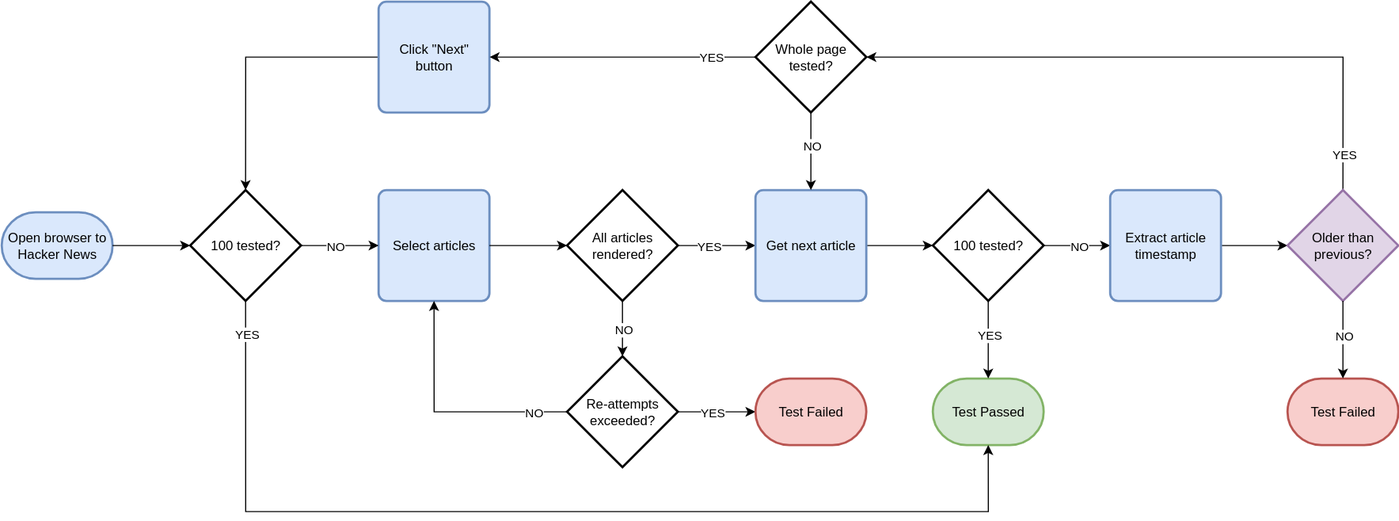
Before: demo.drawio.svg, a diagram exported from draw.io (nick-esqueda/draw.io-diagrams). Source tidied: cells renumbered, new cells last; positions are measured from the earlier drawing's top-left corner, leaving out a move shared by most shapes.
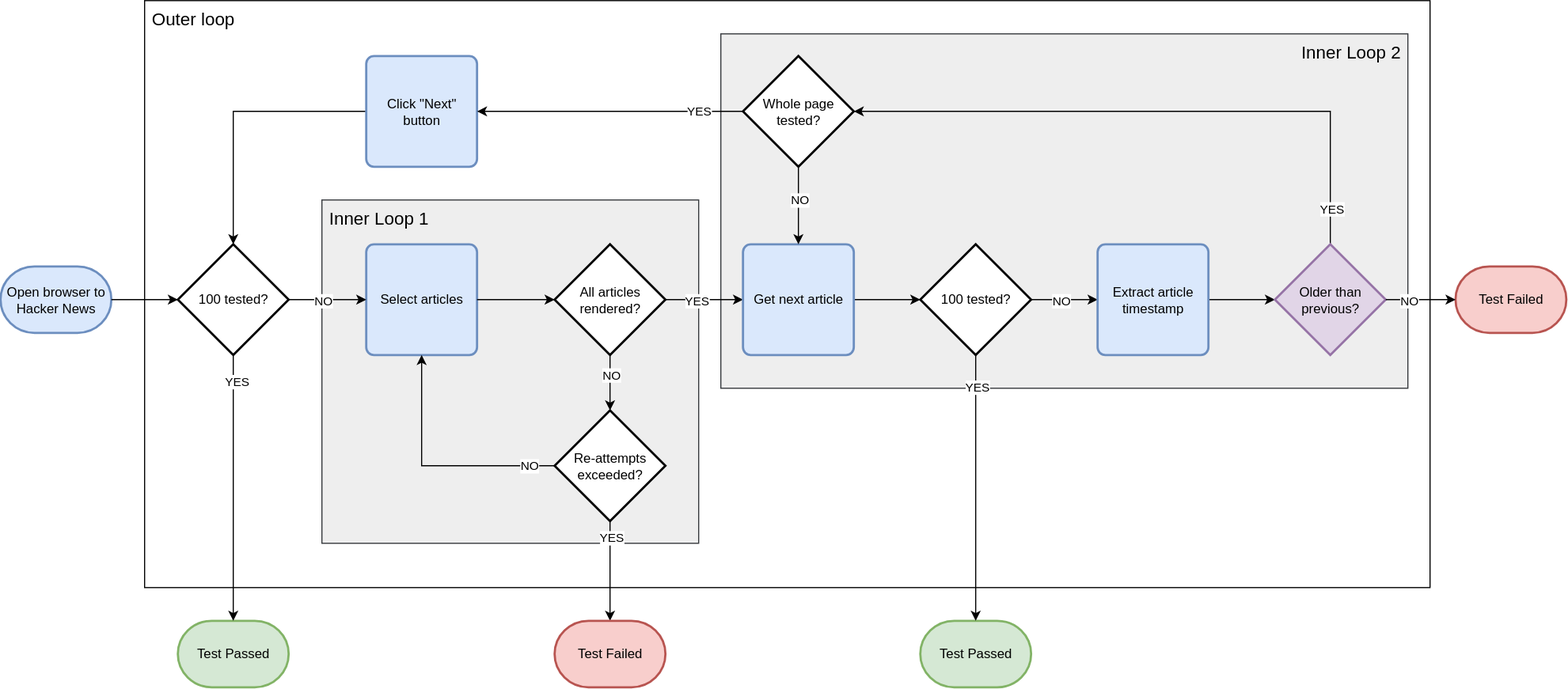
After the change.

What changed in the source:
```diff
@@ -2,6 +2,15 @@
   <root>
     <mxCell id="0" />
     <mxCell id="1" parent="0" />
+    <mxCell id="44" value="&amp;nbsp;Outer loop" style="whiteSpace=wrap;html=1;verticalAlign=top;align=left;fontSize=16;" parent="1" vertex="1">
+      <mxGeometry x="140" y="-50" width="1160" height="530" as="geometry" />
+    </mxCell>
+    <mxCell id="45" value="&amp;nbsp;Inner Loop 1" style="whiteSpace=wrap;html=1;verticalAlign=top;align=left;fontSize=16;fillColor=#eeeeee;strokeColor=#36393d;" parent="1" vertex="1">
+      <mxGeometry x="300" y="130" width="340" height="310" as="geometry" />
+    </mxCell>
+    <mxCell id="46" value="Inner Loop 2&amp;nbsp;" style="whiteSpace=wrap;html=1;verticalAlign=top;align=right;fontSize=16;fillColor=#eeeeee;strokeColor=#36393d;" parent="1" vertex="1">
+      <mxGeometry x="660" y="-20" width="620" height="320" as="geometry" />
+    </mxCell>
     <mxCell id="2" value="Select articles" style="rounded=1;whiteSpace=wrap;html=1;absoluteArcSize=1;arcSize=14;strokeWidth=2;fillColor=#dae8fc;strokeColor=#6c8ebf;" parent="1" vertex="1">
       <mxGeometry x="340" y="170" width="100" height="100" as="geometry" />
     </mxCell>
@@ -10,7 +19,7 @@
     </mxCell>
     <mxCell id="4" value="NO" style="edgeLabel;html=1;align=center;verticalAlign=middle;" parent="3" vertex="1">
       <mxGeometry x="-0.32" relative="1" as="geometry">
-        <mxPoint y="9" as="offset" />
+        <mxPoint y="1" as="offset" />
       </mxGeometry>
     </mxCell>
     <mxCell id="5" style="edgeStyle=orthogonalEdgeStyle;rounded=0;jettySize=auto;html=1;" parent="1" edge="1" source="7" target="23">
@@ -27,7 +36,7 @@
     </mxCell>
     <mxCell id="9" value="NO" style="edgeLabel;html=1;align=center;verticalAlign=middle;" parent="8" vertex="1">
       <mxGeometry x="-0.81" y="1" relative="1" as="geometry">
-        <mxPoint x="-9" y="-1" as="offset" />
+        <mxPoint x="-2" y="-2" as="offset" />
       </mxGeometry>
     </mxCell>
     <mxCell id="10" style="edgeStyle=orthogonalEdgeStyle;rounded=0;jettySize=auto;html=1;" parent="1" edge="1" source="12" target="39">
@@ -35,7 +44,7 @@
     </mxCell>
     <mxCell id="11" value="YES" style="edgeLabel;html=1;align=center;verticalAlign=middle;" parent="10" vertex="1">
       <mxGeometry x="-0.37" y="-3" relative="1" as="geometry">
-        <mxPoint x="8" y="-3" as="offset" />
+        <mxPoint x="3" y="-15" as="offset" />
       </mxGeometry>
     </mxCell>
     <mxCell id="12" value="Re-attempts exceeded?" style="strokeWidth=2;html=1;shape=mxgraph.flowchart.decision;whiteSpace=wrap;" parent="1" vertex="1">
@@ -49,7 +58,7 @@
     </mxCell>
     <mxCell id="15" value="&lt;div&gt;NO&lt;/div&gt;" style="edgeLabel;html=1;align=center;verticalAlign=middle;" parent="14" vertex="1">
       <mxGeometry x="-0.29" relative="1" as="geometry">
-        <mxPoint x="9" as="offset" />
+        <mxPoint x="4" as="offset" />
       </mxGeometry>
     </mxCell>
     <mxCell id="16" value="100 tested?" style="strokeWidth=2;html=1;shape=mxgraph.flowchart.decision;whiteSpace=wrap;" parent="1" vertex="1">
@@ -62,7 +71,7 @@
       <mxGeometry x="1000" y="170" width="100" height="100" as="geometry" />
     </mxCell>
     <mxCell id="19" value="Open browser to Hacker News" style="strokeWidth=2;html=1;shape=mxgraph.flowchart.terminator;whiteSpace=wrap;fillColor=#dae8fc;strokeColor=#6c8ebf;" parent="1" vertex="1">
-      <mxGeometry y="190" width="100" height="60" as="geometry" />
+      <mxGeometry x="10" y="190" width="100" height="60" as="geometry" />
     </mxCell>
     <mxCell id="20" style="edgeStyle=orthogonalEdgeStyle;rounded=0;jettySize=auto;html=1;exitX=0;exitY=0.5;exitDx=0;exitDy=0;entryX=0.5;entryY=0;entryDx=0;entryDy=0;entryPerimeter=0;" parent="1" edge="1" source="21" target="34">
       <mxGeometry relative="1" as="geometry" />
@@ -77,7 +86,7 @@
       <mxGeometry x="680" y="170" width="100" height="100" as="geometry" />
     </mxCell>
     <mxCell id="24" value="Test Passed" style="strokeWidth=2;html=1;shape=mxgraph.flowchart.terminator;whiteSpace=wrap;fillColor=#d5e8d4;strokeColor=#82b366;" parent="1" vertex="1">
-      <mxGeometry x="840" y="340" width="100" height="60" as="geometry" />
+      <mxGeometry x="840" y="510" width="100" height="60" as="geometry" />
     </mxCell>
     <mxCell id="25" style="edgeStyle=orthogonalEdgeStyle;rounded=0;jettySize=auto;html=1;exitX=0.5;exitY=0;exitDx=0;exitDy=0;exitPerimeter=0;entryX=1;entryY=0.5;entryDx=0;entryDy=0;entryPerimeter=0;" parent="1" edge="1" source="27" target="31">
       <mxGeometry relative="1" as="geometry">
@@ -126,40 +135,38 @@
     <mxCell id="35" style="edgeStyle=orthogonalEdgeStyle;rounded=0;jettySize=auto;html=1;exitX=1;exitY=0.5;exitDx=0;exitDy=0;exitPerimeter=0;entryX=0;entryY=0.5;entryDx=0;entryDy=0;entryPerimeter=0;" parent="1" edge="1" source="19" target="34">
       <mxGeometry relative="1" as="geometry" />
     </mxCell>
-    <mxCell id="36" style="edgeStyle=orthogonalEdgeStyle;rounded=0;jettySize=auto;html=1;exitX=0.5;exitY=1;exitDx=0;exitDy=0;exitPerimeter=0;entryX=0.5;entryY=1;entryDx=0;entryDy=0;entryPerimeter=0;" parent="1" edge="1" source="34" target="24">
-      <mxGeometry relative="1" as="geometry">
-        <Array as="points">
-          <mxPoint x="220" y="460" />
-          <mxPoint x="890" y="460" />
-        </Array>
-      </mxGeometry>
-    </mxCell>
-    <mxCell id="37" value="YES" style="edgeLabel;html=1;align=center;verticalAlign=middle;" parent="36" vertex="1">
-      <mxGeometry x="-0.94" y="-1" relative="1" as="geometry">
-        <mxPoint x="1" y="4" as="offset" />
-      </mxGeometry>
-    </mxCell>
     <mxCell id="38" value="Test Failed" style="strokeWidth=2;html=1;shape=mxgraph.flowchart.terminator;whiteSpace=wrap;fillColor=#f8cecc;strokeColor=#b85450;" parent="1" vertex="1">
-      <mxGeometry x="1160" y="340" width="100" height="60" as="geometry" />
+      <mxGeometry x="1323" y="190" width="100" height="60" as="geometry" />
     </mxCell>
     <mxCell id="39" value="Test Failed" style="strokeWidth=2;html=1;shape=mxgraph.flowchart.terminator;whiteSpace=wrap;fillColor=#f8cecc;strokeColor=#b85450;" parent="1" vertex="1">
-      <mxGeometry x="680" y="340" width="100" height="60" as="geometry" />
+      <mxGeometry x="510" y="510" width="100" height="60" as="geometry" />
     </mxCell>
+    <mxCell id="42" style="edgeStyle=orthogonalEdgeStyle;rounded=0;jettySize=auto;html=1;exitX=0.5;exitY=1;exitDx=0;exitDy=0;exitPerimeter=0;entryX=0.5;entryY=0;entryDx=0;entryDy=0;entryPerimeter=0;" parent="1" edge="1" source="16" target="24">
+      <mxGeometry relative="1" as="geometry" />
+    </mxCell>
+    <mxCell id="43" value="YES" style="edgeLabel;html=1;align=center;verticalAlign=middle;" parent="42" vertex="1">
+      <mxGeometry x="-0.15" y="3" relative="1" as="geometry">
+        <mxPoint x="-3" y="-74" as="offset" />
+      </mxGeometry>
+    </mxCell>
-    <mxCell id="40" style="edgeStyle=orthogonalEdgeStyle;rounded=0;jettySize=auto;html=1;exitX=0.5;exitY=1;exitDx=0;exitDy=0;exitPerimeter=0;entryX=0.5;entryY=0;entryDx=0;entryDy=0;entryPerimeter=0;" parent="1" edge="1" source="27" target="38">
+    <mxCell id="40" style="edgeStyle=orthogonalEdgeStyle;rounded=0;jettySize=auto;html=1;exitX=1;exitY=0.5;exitDx=0;exitDy=0;exitPerimeter=0;entryX=0;entryY=0.5;entryDx=0;entryDy=0;entryPerimeter=0;" parent="1" edge="1" source="27" target="38">
       <mxGeometry relative="1" as="geometry" />
     </mxCell>
     <mxCell id="41" value="NO" style="edgeLabel;html=1;align=center;verticalAlign=middle;" parent="40" vertex="1">
-      <mxGeometry x="-0.18" y="-1" relative="1" as="geometry">
-        <mxPoint x="1" y="2" as="offset" />
+      <mxGeometry x="-0.09" y="-2" relative="1" as="geometry">
+        <mxPoint x="-9" y="-2" as="offset" />
       </mxGeometry>
     </mxCell>
-    <mxCell id="42" style="edgeStyle=orthogonalEdgeStyle;rounded=0;jettySize=auto;html=1;exitX=0.5;exitY=1;exitDx=0;exitDy=0;exitPerimeter=0;entryX=0.5;entryY=0;entryDx=0;entryDy=0;entryPerimeter=0;" parent="1" edge="1" source="16" target="24">
-      <mxGeometry relative="1" as="geometry" />
-    </mxCell>
-    <mxCell id="43" value="YES" style="edgeLabel;html=1;align=center;verticalAlign=middle;" parent="42" vertex="1">
-      <mxGeometry x="-0.15" y="3" relative="1" as="geometry">
-        <mxPoint x="-3" y="1" as="offset" />
-      </mxGeometry>
-    </mxCell>
+    <mxCell id="47" value="Test Passed" style="strokeWidth=2;html=1;shape=mxgraph.flowchart.terminator;whiteSpace=wrap;fillColor=#d5e8d4;strokeColor=#82b366;" parent="1" vertex="1">
+      <mxGeometry x="170" y="510" width="100" height="60" as="geometry" />
+    </mxCell>
+    <mxCell id="48" style="edgeStyle=orthogonalEdgeStyle;rounded=0;jettySize=auto;html=1;exitX=0.5;exitY=1;exitDx=0;exitDy=0;exitPerimeter=0;entryX=0.5;entryY=0;entryDx=0;entryDy=0;entryPerimeter=0;" parent="1" edge="1" source="34" target="47">
+      <mxGeometry relative="1" as="geometry" />
+    </mxCell>
+    <mxCell id="37" value="YES" style="edgeLabel;html=1;align=center;verticalAlign=middle;" parent="48" vertex="1">
+      <mxGeometry x="-0.81" y="2" relative="1" as="geometry">
+        <mxPoint y="-1" as="offset" />
+      </mxGeometry>
+    </mxCell>
   </root>
 </mxGraphModel>
```
